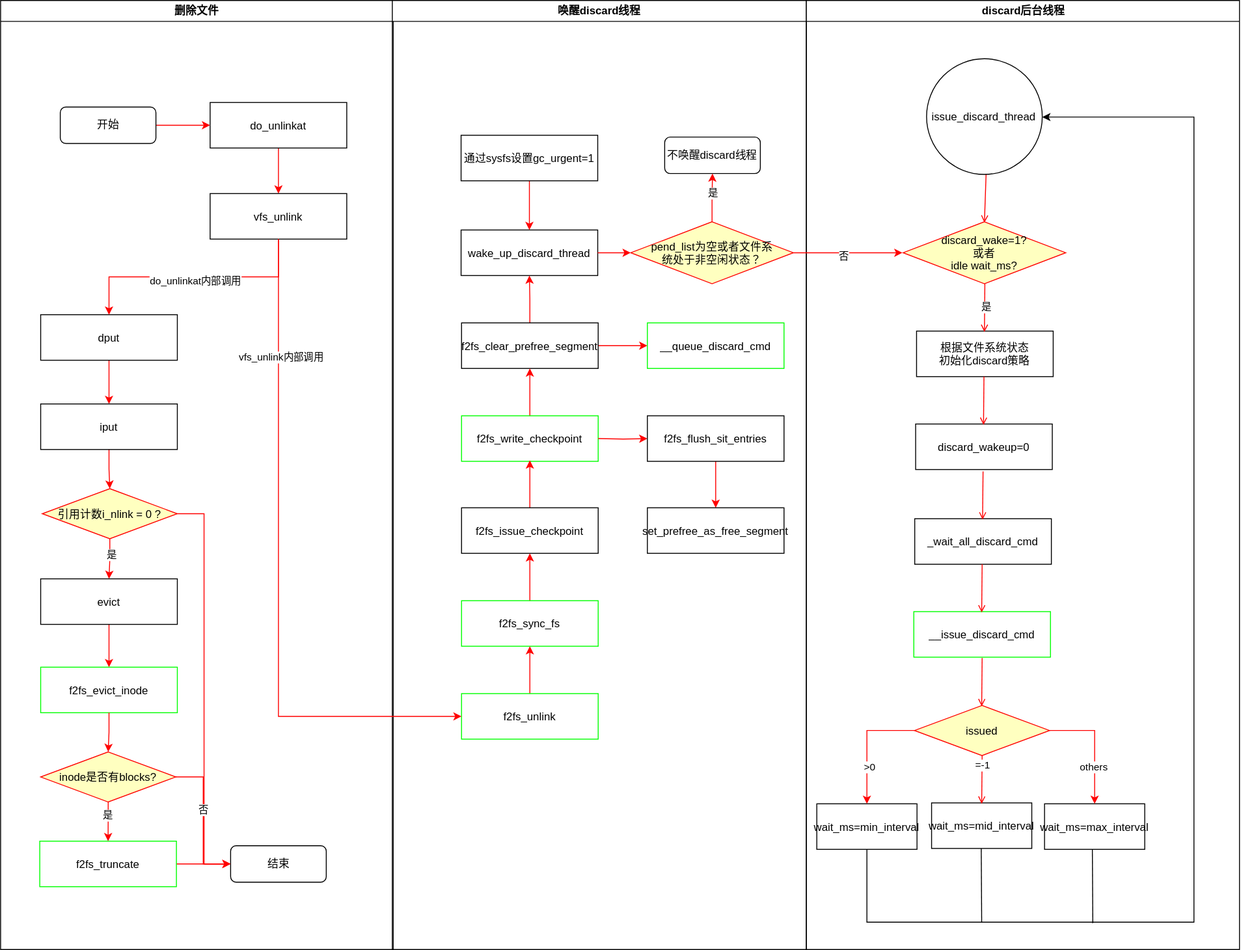
Before: f2fs_discard流程图.drawio.svg, a diagram exported from draw.io (lz111676/Drawing-Bed). Source tidied: cells renumbered, new cells last; positions are measured from the earlier drawing's top-left corner, leaving out a move shared by most shapes. Its diagram source:
```xml
<mxGraphModel>
  <root>
    <mxCell id="0" />
    <mxCell id="1" parent="0" />
    <mxCell id="2" value="删除文件" style="swimlane;whiteSpace=wrap;" parent="1" vertex="1">
      <mxGeometry width="431" height="1042" as="geometry" />
    </mxCell>
    <mxCell id="3" style="edgeStyle=orthogonalEdgeStyle;rounded=0;jettySize=auto;html=1;exitX=0.5;exitY=1;exitDx=0;exitDy=0;entryX=0.5;entryY=0;entryDx=0;entryDy=0;strokeColor=#FF0000;" parent="2" edge="1" source="4" target="5">
      <mxGeometry relative="1" as="geometry" />
    </mxCell>
    <mxCell id="4" value="do_unlinkat" parent="2" vertex="1">
      <mxGeometry x="230" y="112" width="150" height="50" as="geometry" />
    </mxCell>
    <mxCell id="5" value="vfs_unlink" parent="2" vertex="1">
      <mxGeometry x="230" y="212" width="150" height="50" as="geometry" />
    </mxCell>
    <mxCell id="6" style="edgeStyle=orthogonalEdgeStyle;rounded=0;jettySize=auto;html=1;exitX=0.5;exitY=1;exitDx=0;exitDy=0;entryX=0.5;entryY=0;entryDx=0;entryDy=0;strokeColor=#FF0000;" parent="2" edge="1" source="9" target="15">
      <mxGeometry relative="1" as="geometry" />
    </mxCell>
    <mxCell id="7" value="是" style="edgeLabel;html=1;align=center;verticalAlign=middle;" parent="6" vertex="1">
      <mxGeometry x="-0.21" y="2" relative="1" as="geometry" />
    </mxCell>
    <mxCell id="8" style="edgeStyle=orthogonalEdgeStyle;rounded=0;jettySize=auto;html=1;exitX=1;exitY=0.5;exitDx=0;exitDy=0;entryX=0;entryY=0.5;entryDx=0;entryDy=0;strokeColor=#FF0000;" parent="2" edge="1" source="9" target="11">
      <mxGeometry relative="1" as="geometry" />
    </mxCell>
    <mxCell id="9" value="引用计数i_nlink = 0 ?" style="rhombus;fillColor=#ffffc0;strokeColor=#ff0000;" parent="2" vertex="1">
      <mxGeometry x="45.8" y="536" width="148.2" height="55" as="geometry" />
    </mxCell>
    <mxCell id="10" value="f2fs_evict_inode" style="strokeColor=#00FF00;" parent="2" vertex="1">
      <mxGeometry x="44" y="732" width="150" height="50" as="geometry" />
    </mxCell>
    <mxCell id="11" value="结束" style="rounded=1;whiteSpace=wrap;html=1;" parent="2" vertex="1">
      <mxGeometry x="252.5" y="928" width="105" height="40" as="geometry" />
    </mxCell>
    <mxCell id="12" style="edgeStyle=orthogonalEdgeStyle;rounded=0;jettySize=auto;html=1;exitX=1;exitY=0.5;exitDx=0;exitDy=0;entryX=0;entryY=0.5;entryDx=0;entryDy=0;strokeColor=#FF0000;" parent="2" edge="1" source="13" target="4">
      <mxGeometry relative="1" as="geometry" />
    </mxCell>
    <mxCell id="13" value="开始" style="rounded=1;whiteSpace=wrap;html=1;" parent="2" vertex="1">
      <mxGeometry x="65.5" y="117" width="105" height="40" as="geometry" />
    </mxCell>
    <mxCell id="14" style="edgeStyle=orthogonalEdgeStyle;rounded=0;jettySize=auto;html=1;exitX=0.5;exitY=1;exitDx=0;exitDy=0;entryX=0.5;entryY=0;entryDx=0;entryDy=0;strokeColor=#FF0000;" parent="2" edge="1" source="15" target="10">
      <mxGeometry relative="1" as="geometry" />
    </mxCell>
    <mxCell id="15" value="evict" parent="2" vertex="1">
      <mxGeometry x="44" y="635" width="150" height="50" as="geometry" />
    </mxCell>
    <mxCell id="16" value="唤醒discard线程" style="swimlane;whiteSpace=wrap;" parent="1" vertex="1">
      <mxGeometry x="430" width="454.5" height="1042" as="geometry" />
    </mxCell>
    <mxCell id="17" value="wake_up_discard_thread" parent="16" vertex="1">
      <mxGeometry x="75.5" y="252" width="150" height="50" as="geometry" />
    </mxCell>
    <mxCell id="18" style="edgeStyle=orthogonalEdgeStyle;rounded=0;jettySize=auto;html=1;exitX=0.5;exitY=1;exitDx=0;exitDy=0;entryX=0.5;entryY=0;entryDx=0;entryDy=0;strokeColor=#FF0000;" parent="16" edge="1" source="19" target="17">
      <mxGeometry relative="1" as="geometry" />
    </mxCell>
    <mxCell id="19" value="通过sysfs设置gc_urgent=1" parent="16" vertex="1">
      <mxGeometry x="75.5" y="148" width="150" height="50" as="geometry" />
    </mxCell>
    <mxCell id="20" value="不唤醒discard线程" style="rounded=1;whiteSpace=wrap;html=1;" parent="16" vertex="1">
      <mxGeometry x="299" y="150" width="105" height="40" as="geometry" />
    </mxCell>
    <mxCell id="21" value="discard后台线程" style="swimlane;whiteSpace=wrap;" parent="1" vertex="1">
      <mxGeometry x="884.5" width="475.5" height="1042" as="geometry" />
    </mxCell>
    <mxCell id="22" style="endArrow=open;strokeColor=#FF0000;endFill=1;rounded=0;" parent="21" edge="1" source="23">
      <mxGeometry relative="1" as="geometry">
        <mxPoint x="195.5" y="244" as="targetPoint" />
      </mxGeometry>
    </mxCell>
    <mxCell id="23" value="issue_discard_thread" style="ellipse;whiteSpace=wrap;html=1;" parent="21" vertex="1">
      <mxGeometry x="132" y="64" width="127" height="127" as="geometry" />
    </mxCell>
    <mxCell id="24" value="discard_wake=1?&#10;或者&#10;idle wait_ms?" style="rhombus;fillColor=#ffffc0;strokeColor=#ff0000;" parent="21" vertex="1">
      <mxGeometry x="106.2" y="243" width="178.5" height="68" as="geometry" />
    </mxCell>
    <mxCell id="25" value="根据文件系统状态&#10;初始化discard策略" parent="21" vertex="1">
      <mxGeometry x="121" y="363" width="150" height="50" as="geometry" />
    </mxCell>
    <mxCell id="26" value="issued" style="rhombus;fillColor=#ffffc0;strokeColor=#ff0000;" parent="21" vertex="1">
      <mxGeometry x="118.8" y="774" width="148.2" height="55" as="geometry" />
    </mxCell>
    <mxCell id="27" value="wait_ms=mid_interval" parent="21" vertex="1">
      <mxGeometry x="137.5" y="881" width="110" height="50" as="geometry" />
    </mxCell>
    <mxCell id="28" style="endArrow=none;html=1;rounded=0;" parent="21" edge="1">
      <mxGeometry relative="1" as="geometry">
        <mxPoint x="192.5" y="1012" as="sourcePoint" />
        <mxPoint x="192" y="931" as="targetPoint" />
      </mxGeometry>
    </mxCell>
    <mxCell id="29" style="endArrow=open;strokeColor=#FF0000;endFill=1;rounded=0;" parent="1" edge="1">
      <mxGeometry relative="1" as="geometry">
        <mxPoint x="1080.5" y="311" as="sourcePoint" />
        <mxPoint x="1080" y="364" as="targetPoint" />
      </mxGeometry>
    </mxCell>
    <mxCell id="30" value="是" style="edgeLabel;html=1;align=center;verticalAlign=middle;" parent="29" vertex="1">
      <mxGeometry x="-0.02" y="1" relative="1" as="geometry" />
    </mxCell>
    <mxCell id="31" value="discard_wakeup=0" parent="1" vertex="1">
      <mxGeometry x="1004.5" y="465" width="150" height="50" as="geometry" />
    </mxCell>
    <mxCell id="32" style="endArrow=open;strokeColor=#FF0000;endFill=1;rounded=0;" parent="1" edge="1">
      <mxGeometry relative="1" as="geometry">
        <mxPoint x="1079.5" y="413" as="sourcePoint" />
        <mxPoint x="1079" y="466" as="targetPoint" />
      </mxGeometry>
    </mxCell>
    <mxCell id="33" value="_wait_all_discard_cmd" parent="1" vertex="1">
      <mxGeometry x="1003.5" y="569" width="150" height="50" as="geometry" />
    </mxCell>
    <mxCell id="34" style="endArrow=open;strokeColor=#FF0000;endFill=1;rounded=0;" parent="1" edge="1">
      <mxGeometry relative="1" as="geometry">
        <mxPoint x="1078.5" y="517" as="sourcePoint" />
        <mxPoint x="1078" y="570" as="targetPoint" />
      </mxGeometry>
    </mxCell>
    <mxCell id="35" value="__issue_discard_cmd" style="strokeColor=#00FF00;" parent="1" vertex="1">
      <mxGeometry x="1002.5" y="671" width="150" height="50" as="geometry" />
    </mxCell>
    <mxCell id="36" style="endArrow=open;strokeColor=#FF0000;endFill=1;rounded=0;" parent="1" edge="1">
      <mxGeometry relative="1" as="geometry">
        <mxPoint x="1077.5" y="619" as="sourcePoint" />
        <mxPoint x="1077" y="672" as="targetPoint" />
      </mxGeometry>
    </mxCell>
    <mxCell id="37" style="endArrow=open;strokeColor=#FF0000;endFill=1;rounded=0;" parent="1" edge="1">
      <mxGeometry relative="1" as="geometry">
        <mxPoint x="1077.5" y="722" as="sourcePoint" />
        <mxPoint x="1077" y="775" as="targetPoint" />
      </mxGeometry>
    </mxCell>
    <mxCell id="38" style="endArrow=open;strokeColor=#FF0000;endFill=1;rounded=0;" parent="1" edge="1">
      <mxGeometry relative="1" as="geometry">
        <mxPoint x="1077.5" y="829" as="sourcePoint" />
        <mxPoint x="1077" y="882" as="targetPoint" />
      </mxGeometry>
    </mxCell>
    <mxCell id="39" value="=-1" style="edgeLabel;html=1;align=center;verticalAlign=middle;" parent="38" vertex="1">
      <mxGeometry x="-0.58" relative="1" as="geometry" />
    </mxCell>
    <mxCell id="40" value="wait_ms=max_interval" parent="1" vertex="1">
      <mxGeometry x="1146" y="882" width="110" height="50" as="geometry" />
    </mxCell>
    <mxCell id="41" style="edgeStyle=orthogonalEdgeStyle;rounded=0;jettySize=auto;html=1;exitX=0.5;exitY=1;exitDx=0;exitDy=0;entryX=1;entryY=0.5;entryDx=0;entryDy=0;" parent="1" edge="1" source="42" target="23">
      <mxGeometry relative="1" as="geometry">
        <Array as="points">
          <mxPoint x="951" y="1012" />
          <mxPoint x="1310" y="1012" />
          <mxPoint x="1310" y="128" />
          <mxPoint x="1143" y="128" />
        </Array>
      </mxGeometry>
    </mxCell>
    <mxCell id="42" value="wait_ms=min_interval" parent="1" vertex="1">
      <mxGeometry x="896" y="882" width="110" height="50" as="geometry" />
    </mxCell>
    <mxCell id="43" style="edgeStyle=orthogonalEdgeStyle;rounded=0;jettySize=auto;html=1;exitX=0;exitY=0.5;exitDx=0;exitDy=0;strokeColor=#FF0000;" parent="1" edge="1" source="26" target="42">
      <mxGeometry relative="1" as="geometry" />
    </mxCell>
    <mxCell id="44" value="&amp;gt;0" style="edgeLabel;html=1;align=center;verticalAlign=middle;" parent="43" vertex="1">
      <mxGeometry x="0.4" y="3" relative="1" as="geometry" />
    </mxCell>
    <mxCell id="45" style="edgeStyle=orthogonalEdgeStyle;rounded=0;jettySize=auto;html=1;exitX=1;exitY=0.5;exitDx=0;exitDy=0;strokeColor=#FF0000;" parent="1" edge="1" source="26" target="40">
      <mxGeometry relative="1" as="geometry" />
    </mxCell>
    <mxCell id="46" value="others" style="edgeLabel;html=1;align=center;verticalAlign=middle;" parent="45" vertex="1">
      <mxGeometry x="0.37" y="-1" relative="1" as="geometry" />
    </mxCell>
    <mxCell id="47" style="endArrow=none;html=1;rounded=0;" parent="1" edge="1">
      <mxGeometry relative="1" as="geometry">
        <mxPoint x="1199" y="1013" as="sourcePoint" />
        <mxPoint x="1198.5" y="932" as="targetPoint" />
      </mxGeometry>
    </mxCell>
    <mxCell id="48" style="edgeStyle=orthogonalEdgeStyle;rounded=0;jettySize=auto;html=1;exitX=0.5;exitY=0;exitDx=0;exitDy=0;entryX=0.5;entryY=1;entryDx=0;entryDy=0;strokeColor=#FF0000;" parent="1" edge="1" source="50" target="17">
      <mxGeometry relative="1" as="geometry" />
    </mxCell>
    <mxCell id="49" style="edgeStyle=orthogonalEdgeStyle;rounded=0;jettySize=auto;html=1;exitX=1;exitY=0.5;exitDx=0;exitDy=0;entryX=0;entryY=0.5;entryDx=0;entryDy=0;strokeColor=#FF0000;" parent="1" edge="1" source="50" target="57">
      <mxGeometry relative="1" as="geometry" />
    </mxCell>
    <mxCell id="50" value="f2fs_clear_prefree_segment" parent="1" vertex="1">
      <mxGeometry x="506" y="354" width="150" height="50" as="geometry" />
    </mxCell>
    <mxCell id="51" style="edgeStyle=orthogonalEdgeStyle;rounded=0;jettySize=auto;html=1;exitX=0.5;exitY=0;exitDx=0;exitDy=0;entryX=0.5;entryY=1;entryDx=0;entryDy=0;strokeColor=#FF0000;" parent="1" edge="1" source="52">
      <mxGeometry relative="1" as="geometry">
        <mxPoint x="581" y="404" as="targetPoint" />
      </mxGeometry>
    </mxCell>
    <mxCell id="52" value="f2fs_write_checkpoint" style="strokeColor=#00FF00;" parent="1" vertex="1">
      <mxGeometry x="506" y="456" width="150" height="50" as="geometry" />
    </mxCell>
    <mxCell id="53" style="edgeStyle=orthogonalEdgeStyle;rounded=0;jettySize=auto;html=1;exitX=0.5;exitY=0;exitDx=0;exitDy=0;entryX=0.5;entryY=1;entryDx=0;entryDy=0;strokeColor=#FF0000;" parent="1" edge="1" source="54">
      <mxGeometry relative="1" as="geometry">
        <mxPoint x="581" y="505" as="targetPoint" />
      </mxGeometry>
    </mxCell>
    <mxCell id="54" value="f2fs_issue_checkpoint" parent="1" vertex="1">
      <mxGeometry x="506" y="557" width="150" height="50" as="geometry" />
    </mxCell>
    <mxCell id="55" style="edgeStyle=orthogonalEdgeStyle;rounded=0;jettySize=auto;html=1;exitX=0.5;exitY=0;exitDx=0;exitDy=0;entryX=0.5;entryY=1;entryDx=0;entryDy=0;strokeColor=#FF0000;" parent="1" edge="1" source="56">
      <mxGeometry relative="1" as="geometry">
        <mxPoint x="581" y="607" as="targetPoint" />
      </mxGeometry>
    </mxCell>
    <mxCell id="56" value="f2fs_sync_fs" style="strokeColor=#00FF00;" parent="1" vertex="1">
      <mxGeometry x="506" y="659" width="150" height="50" as="geometry" />
    </mxCell>
    <mxCell id="57" value="__queue_discard_cmd" style="strokeColor=#00FF00;" parent="1" vertex="1">
      <mxGeometry x="710" y="354" width="150" height="50" as="geometry" />
    </mxCell>
    <mxCell id="58" style="edgeStyle=orthogonalEdgeStyle;rounded=0;jettySize=auto;html=1;exitX=1;exitY=0.5;exitDx=0;exitDy=0;entryX=0;entryY=0.5;entryDx=0;entryDy=0;strokeColor=#FF0000;" parent="1" edge="1" target="60">
      <mxGeometry relative="1" as="geometry">
        <mxPoint x="656" y="481" as="sourcePoint" />
      </mxGeometry>
    </mxCell>
    <mxCell id="59" style="edgeStyle=orthogonalEdgeStyle;rounded=0;jettySize=auto;html=1;exitX=0.5;exitY=1;exitDx=0;exitDy=0;entryX=0.5;entryY=0;entryDx=0;entryDy=0;strokeColor=#FF0000;" parent="1" edge="1" source="60" target="61">
      <mxGeometry relative="1" as="geometry" />
    </mxCell>
    <mxCell id="60" value="f2fs_flush_sit_entries" parent="1" vertex="1">
      <mxGeometry x="710" y="456" width="150" height="50" as="geometry" />
    </mxCell>
    <mxCell id="61" value="set_prefree_as_free_segment" parent="1" vertex="1">
      <mxGeometry x="710" y="557" width="150" height="50" as="geometry" />
    </mxCell>
    <mxCell id="62" style="edgeStyle=orthogonalEdgeStyle;rounded=0;jettySize=auto;html=1;exitX=0.5;exitY=0;exitDx=0;exitDy=0;entryX=0.5;entryY=1;entryDx=0;entryDy=0;strokeColor=#FF0000;" parent="1" edge="1" source="63">
      <mxGeometry relative="1" as="geometry">
        <mxPoint x="581" y="709" as="targetPoint" />
      </mxGeometry>
    </mxCell>
    <mxCell id="63" value="f2fs_unlink" style="strokeColor=#00FF00;" parent="1" vertex="1">
      <mxGeometry x="506" y="761" width="150" height="50" as="geometry" />
    </mxCell>
    <mxCell id="64" style="edgeStyle=orthogonalEdgeStyle;rounded=0;jettySize=auto;html=1;exitX=1;exitY=0.5;exitDx=0;exitDy=0;strokeColor=#FF0000;" parent="1" edge="1" source="68">
      <mxGeometry relative="1" as="geometry">
        <mxPoint x="990" y="277" as="targetPoint" />
      </mxGeometry>
    </mxCell>
    <mxCell id="65" value="否" style="edgeLabel;html=1;align=center;verticalAlign=middle;" parent="64" vertex="1">
      <mxGeometry x="-0.09" y="-4" relative="1" as="geometry" />
    </mxCell>
    <mxCell id="66" style="edgeStyle=orthogonalEdgeStyle;rounded=0;jettySize=auto;html=1;exitX=0.5;exitY=0;exitDx=0;exitDy=0;entryX=0.5;entryY=1;entryDx=0;entryDy=0;strokeColor=#FF0000;" parent="1" edge="1" source="68" target="20">
      <mxGeometry relative="1" as="geometry" />
    </mxCell>
    <mxCell id="67" value="是" style="edgeLabel;html=1;align=center;verticalAlign=middle;" parent="66" vertex="1">
      <mxGeometry x="0.21" y="1" relative="1" as="geometry">
        <mxPoint x="1" y="1" as="offset" />
      </mxGeometry>
    </mxCell>
    <mxCell id="68" value="pend_list为空或者文件系&#10;统处于非空闲状态？" style="rhombus;fillColor=#ffffc0;strokeColor=#ff0000;" parent="1" vertex="1">
      <mxGeometry x="691.8" y="243" width="178.5" height="68" as="geometry" />
    </mxCell>
    <mxCell id="69" style="edgeStyle=orthogonalEdgeStyle;rounded=0;jettySize=auto;html=1;exitX=1;exitY=0.5;exitDx=0;exitDy=0;entryX=0;entryY=0.5;entryDx=0;entryDy=0;strokeColor=#FF0000;" parent="1" edge="1" source="17" target="68">
      <mxGeometry relative="1" as="geometry" />
    </mxCell>
    <mxCell id="70" style="edgeStyle=orthogonalEdgeStyle;rounded=0;jettySize=auto;html=1;exitX=0.5;exitY=1;exitDx=0;exitDy=0;entryX=0;entryY=0.5;entryDx=0;entryDy=0;strokeColor=#FF0000;" parent="1" edge="1" source="5" target="63">
      <mxGeometry relative="1" as="geometry" />
    </mxCell>
    <mxCell id="71" value="vfs_unlink内部调用" style="edgeLabel;html=1;align=center;verticalAlign=middle;" parent="70" vertex="1">
      <mxGeometry x="-0.64" y="3" relative="1" as="geometry" />
    </mxCell>
    <mxCell id="72" style="edgeStyle=orthogonalEdgeStyle;rounded=0;jettySize=auto;html=1;exitX=0.5;exitY=1;exitDx=0;exitDy=0;entryX=0.5;entryY=0;entryDx=0;entryDy=0;strokeColor=#FF0000;" parent="1" edge="1" source="73" target="77">
      <mxGeometry relative="1" as="geometry" />
    </mxCell>
    <mxCell id="73" value="dput" parent="1" vertex="1">
      <mxGeometry x="44" y="345" width="150" height="50" as="geometry" />
    </mxCell>
    <mxCell id="74" style="edgeStyle=orthogonalEdgeStyle;rounded=0;jettySize=auto;html=1;exitX=0.5;exitY=1;exitDx=0;exitDy=0;entryX=0.5;entryY=0;entryDx=0;entryDy=0;strokeColor=#FF0000;" parent="1" edge="1" source="5" target="73">
      <mxGeometry relative="1" as="geometry" />
    </mxCell>
    <mxCell id="75" value="do_unlinkat内部调用" style="edgeLabel;html=1;align=center;verticalAlign=middle;" parent="74" vertex="1">
      <mxGeometry x="-0.01" y="4" relative="1" as="geometry" />
    </mxCell>
    <mxCell id="76" style="edgeStyle=orthogonalEdgeStyle;rounded=0;jettySize=auto;html=1;exitX=0.5;exitY=1;exitDx=0;exitDy=0;entryX=0.5;entryY=0;entryDx=0;entryDy=0;strokeColor=#FF0000;" parent="1" edge="1" source="77" target="9">
      <mxGeometry relative="1" as="geometry" />
    </mxCell>
    <mxCell id="77" value="iput" parent="1" vertex="1">
      <mxGeometry x="44" y="443" width="150" height="50" as="geometry" />
    </mxCell>
    <mxCell id="78" style="edgeStyle=orthogonalEdgeStyle;rounded=0;jettySize=auto;html=1;exitX=0.5;exitY=1;exitDx=0;exitDy=0;entryX=0.5;entryY=0;entryDx=0;entryDy=0;strokeColor=#FF0000;" parent="1" edge="1" source="82" target="84">
      <mxGeometry relative="1" as="geometry" />
    </mxCell>
    <mxCell id="79" value="是" style="edgeLabel;html=1;align=center;verticalAlign=middle;" parent="78" vertex="1">
      <mxGeometry x="-0.29" y="-1" relative="1" as="geometry" />
    </mxCell>
    <mxCell id="80" style="edgeStyle=orthogonalEdgeStyle;rounded=0;jettySize=auto;html=1;exitX=1;exitY=0.5;exitDx=0;exitDy=0;entryX=0;entryY=0.5;entryDx=0;entryDy=0;strokeColor=#FF0000;" parent="1" edge="1" source="82" target="11">
      <mxGeometry relative="1" as="geometry" />
    </mxCell>
    <mxCell id="81" value="否" style="edgeLabel;html=1;align=center;verticalAlign=middle;" parent="80" vertex="1">
      <mxGeometry x="-0.15" relative="1" as="geometry" />
    </mxCell>
    <mxCell id="82" value="inode是否有blocks?" style="rhombus;fillColor=#ffffc0;strokeColor=#ff0000;" parent="1" vertex="1">
      <mxGeometry x="44" y="825" width="148.2" height="55" as="geometry" />
    </mxCell>
    <mxCell id="83" style="edgeStyle=orthogonalEdgeStyle;rounded=0;jettySize=auto;html=1;exitX=1;exitY=0.5;exitDx=0;exitDy=0;entryX=0;entryY=0.5;entryDx=0;entryDy=0;strokeColor=#FF0000;" parent="1" edge="1" source="84" target="11">
      <mxGeometry relative="1" as="geometry" />
    </mxCell>
    <mxCell id="84" value="f2fs_truncate" style="strokeColor=#00FF00;" parent="1" vertex="1">
      <mxGeometry x="43" y="923" width="150" height="50" as="geometry" />
    </mxCell>
    <mxCell id="85" style="edgeStyle=orthogonalEdgeStyle;rounded=0;jettySize=auto;html=1;exitX=0.5;exitY=1;exitDx=0;exitDy=0;entryX=0.5;entryY=0;entryDx=0;entryDy=0;strokeColor=#FF0000;" parent="1" edge="1" source="10" target="82">
      <mxGeometry relative="1" as="geometry" />
    </mxCell>
  </root>
</mxGraphModel>
```
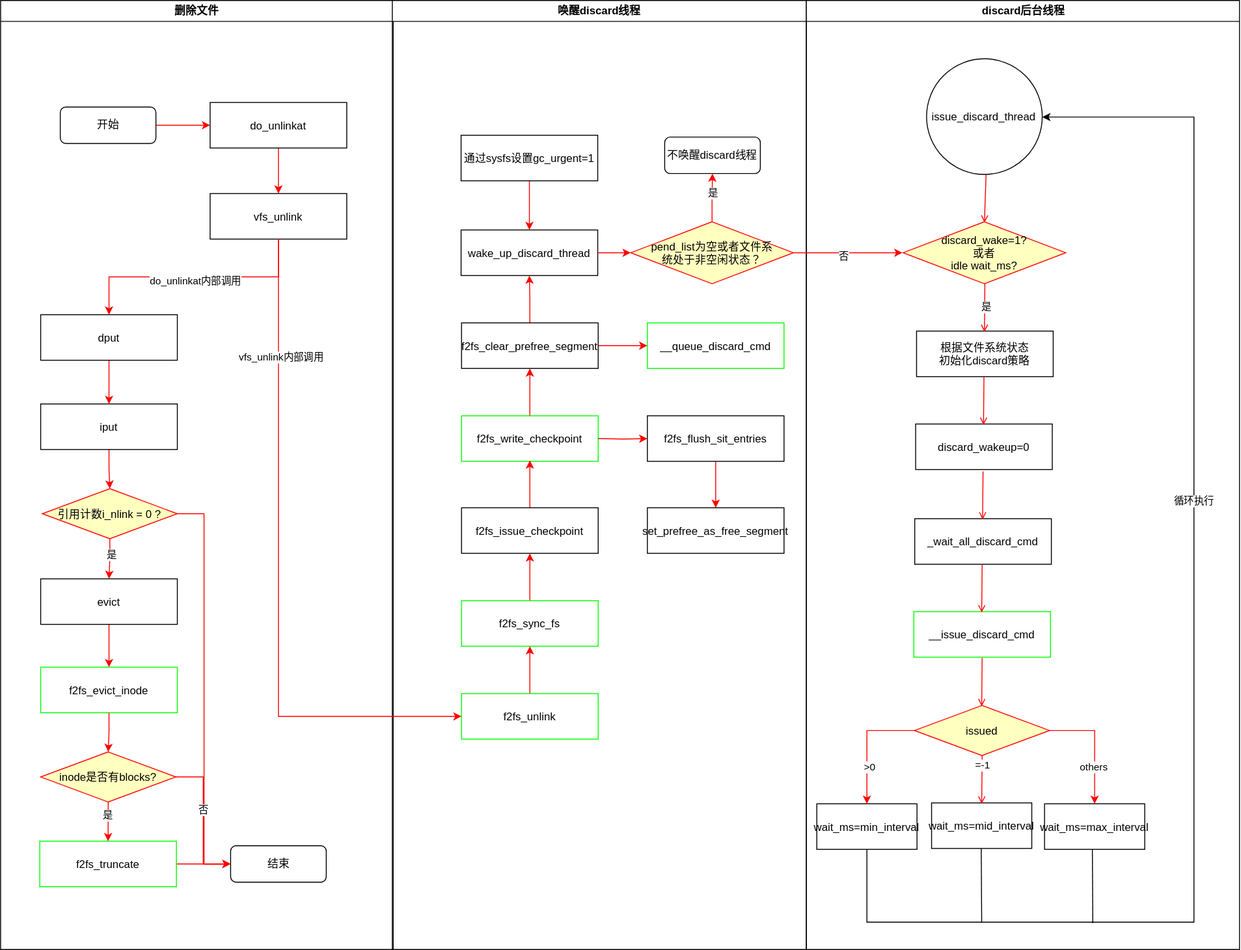
Later version of the same file.

Commit message:
更新f2fs_discard流程图.drawio.svg

The edit, as a diff of the source:
```diff
@@ -152,6 +152,9 @@
         </Array>
       </mxGeometry>
     </mxCell>
+    <mxCell id="86" value="循环执行" style="edgeLabel;html=1;align=center;verticalAlign=middle;" parent="41" vertex="1">
+      <mxGeometry x="0.21" relative="1" as="geometry" />
+    </mxCell>
     <mxCell id="42" value="wait_ms=min_interval" parent="1" vertex="1">
       <mxGeometry x="896" y="882" width="110" height="50" as="geometry" />
     </mxCell>
```
